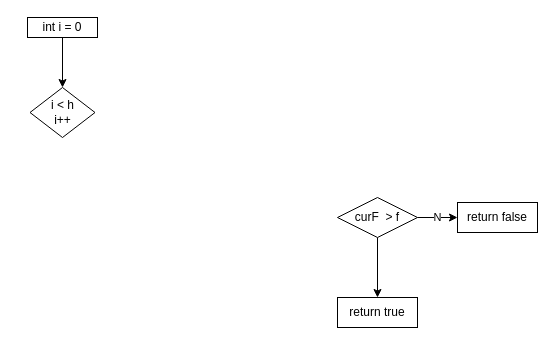
andrew-canada/gomoku keeps this draw.io diagram as page "connectsAll" (2 of 2) of c++/cccPractice/problems/senior/2010/design/s3.dio. Above is the earlier version. Source tidied: cells renumbered, new cells numbered last; positions are measured from the earlier drawing's top-left corner, leaving out a move shared by most shapes. Both pictures are drawn from the tidied source at 100%, with x=0, y=0 at pixel (27, 17).
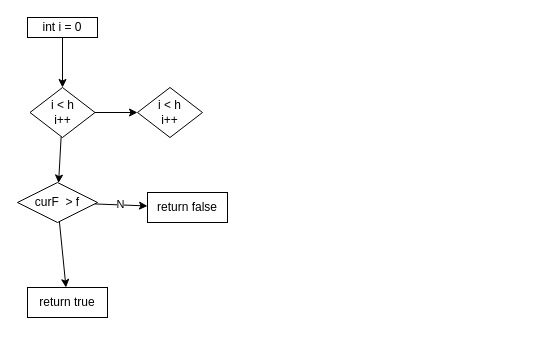
The same page after the edit.

The edit, as a diff of the source:
```diff
@@
 <mxGraphModel>
   <root>
     <mxCell id="0" />
     <mxCell id="1" parent="0" />
     <mxCell id="2" style="edgeStyle=none;html=1;" parent="1" edge="1" source="3" target="4">
       <mxGeometry relative="1" as="geometry" />
     </mxCell>
     <mxCell id="3" value="int i = 0" style="rounded=0;whiteSpace=wrap;html=1;" parent="1" vertex="1">
       <mxGeometry width="70" height="20" as="geometry" />
     </mxCell>
+    <mxCell id="10" style="edgeStyle=none;html=1;" parent="1" edge="1" source="4" target="7">
+      <mxGeometry relative="1" as="geometry" />
+    </mxCell>
+    <mxCell id="11" style="edgeStyle=none;html=1;" parent="1" edge="1" source="4" target="12">
+      <mxGeometry relative="1" as="geometry" />
+    </mxCell>
     <mxCell id="4" value="i &amp;lt; h&lt;br&gt;i++" style="rhombus;whiteSpace=wrap;html=1;rounded=0;" parent="1" vertex="1">
       <mxGeometry x="2.5" y="70" width="65" height="50" as="geometry" />
     </mxCell>
     <mxCell id="5" value="N" style="edgeStyle=none;html=1;" parent="1" edge="1" source="7" target="8">
       <mxGeometry relative="1" as="geometry" />
     </mxCell>
     <mxCell id="6" style="edgeStyle=none;html=1;" parent="1" edge="1" source="7" target="9">
       <mxGeometry relative="1" as="geometry" />
     </mxCell>
     <mxCell id="7" value="curF&amp;nbsp; &amp;gt; f" style="rhombus;whiteSpace=wrap;html=1;rounded=0;" parent="1" vertex="1">
-      <mxGeometry x="310" y="180" width="80" height="40" as="geometry" />
+      <mxGeometry x="-10" y="165" width="80" height="40" as="geometry" />
     </mxCell>
     <mxCell id="8" value="return false" style="rounded=0;whiteSpace=wrap;html=1;" parent="1" vertex="1">
-      <mxGeometry x="430" y="185" width="80" height="30" as="geometry" />
+      <mxGeometry x="120" y="175" width="80" height="30" as="geometry" />
     </mxCell>
     <mxCell id="9" value="return true" style="rounded=0;whiteSpace=wrap;html=1;" parent="1" vertex="1">
-      <mxGeometry x="310" y="280" width="80" height="30" as="geometry" />
+      <mxGeometry y="270" width="80" height="30" as="geometry" />
     </mxCell>
+    <mxCell id="12" value="i &amp;lt; h&lt;br&gt;i++" style="rhombus;whiteSpace=wrap;html=1;rounded=0;" parent="1" vertex="1">
+      <mxGeometry x="110" y="70" width="65" height="50" as="geometry" />
+    </mxCell>
   </root>
 </mxGraphModel>
```
